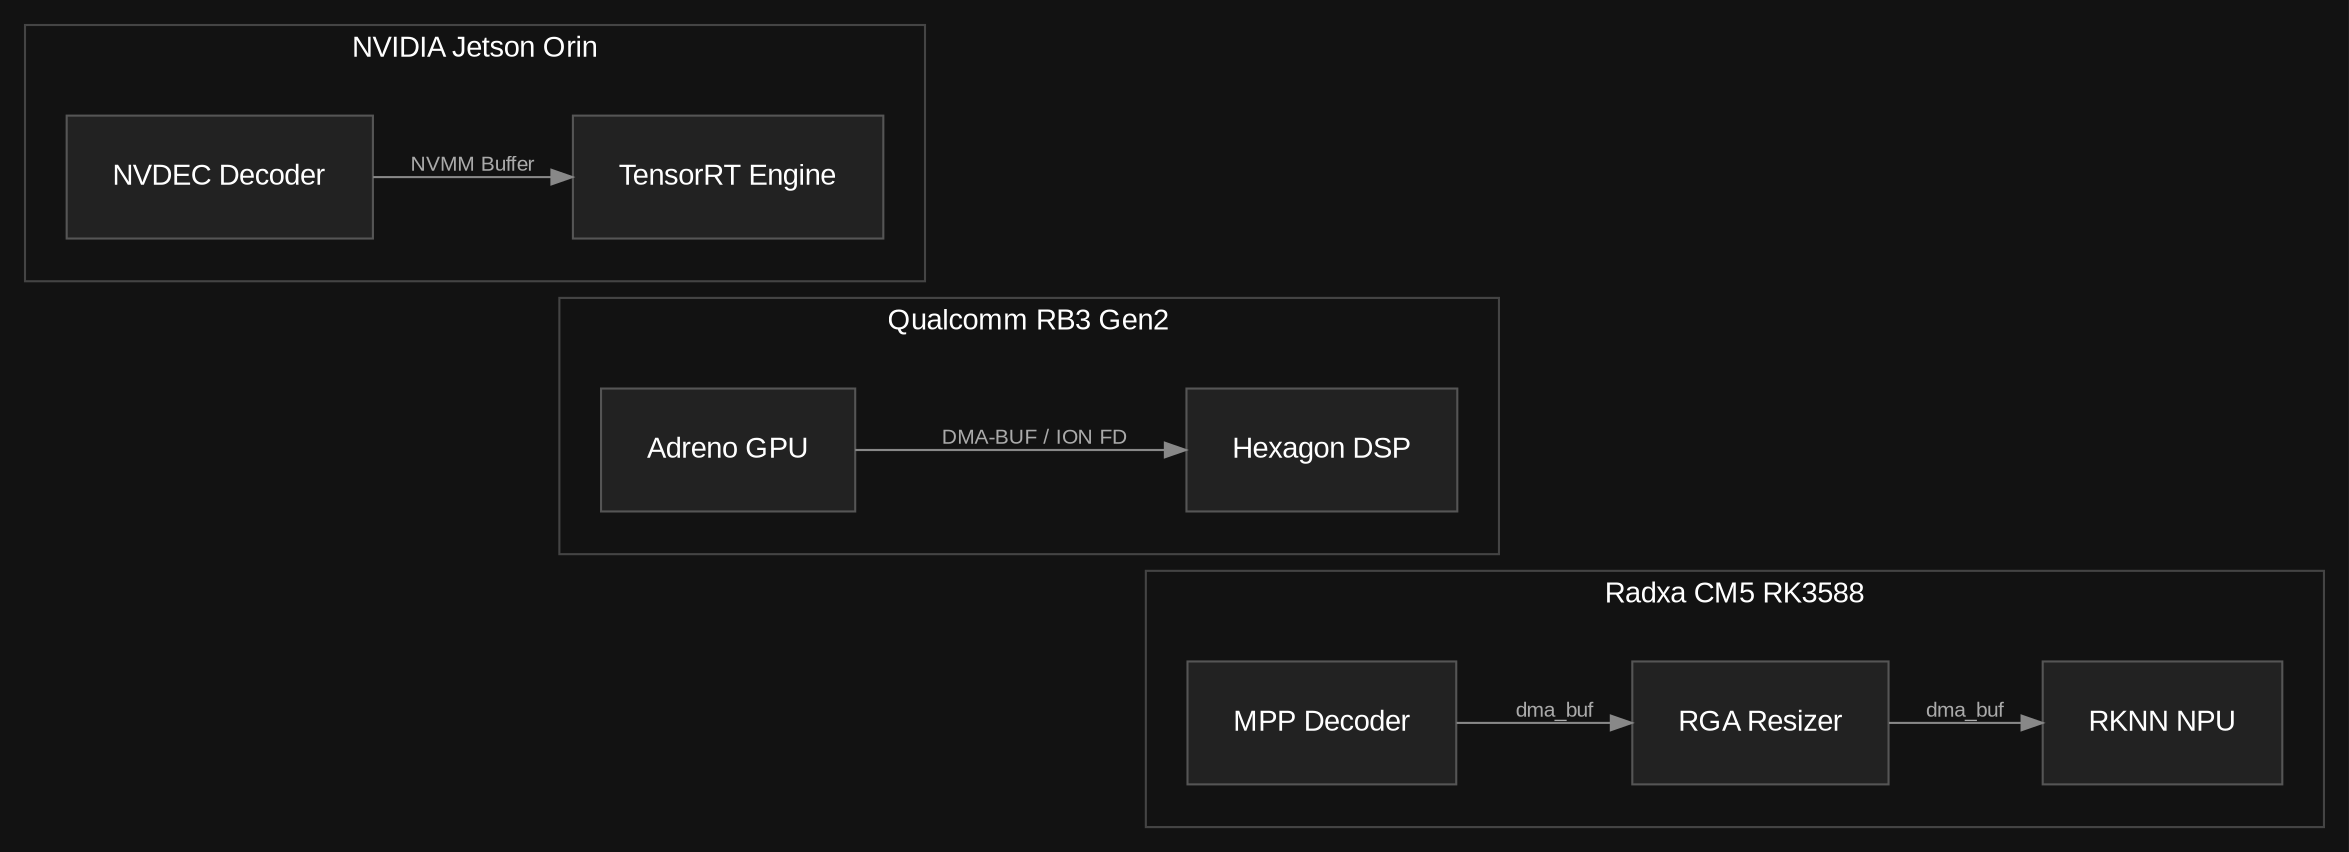
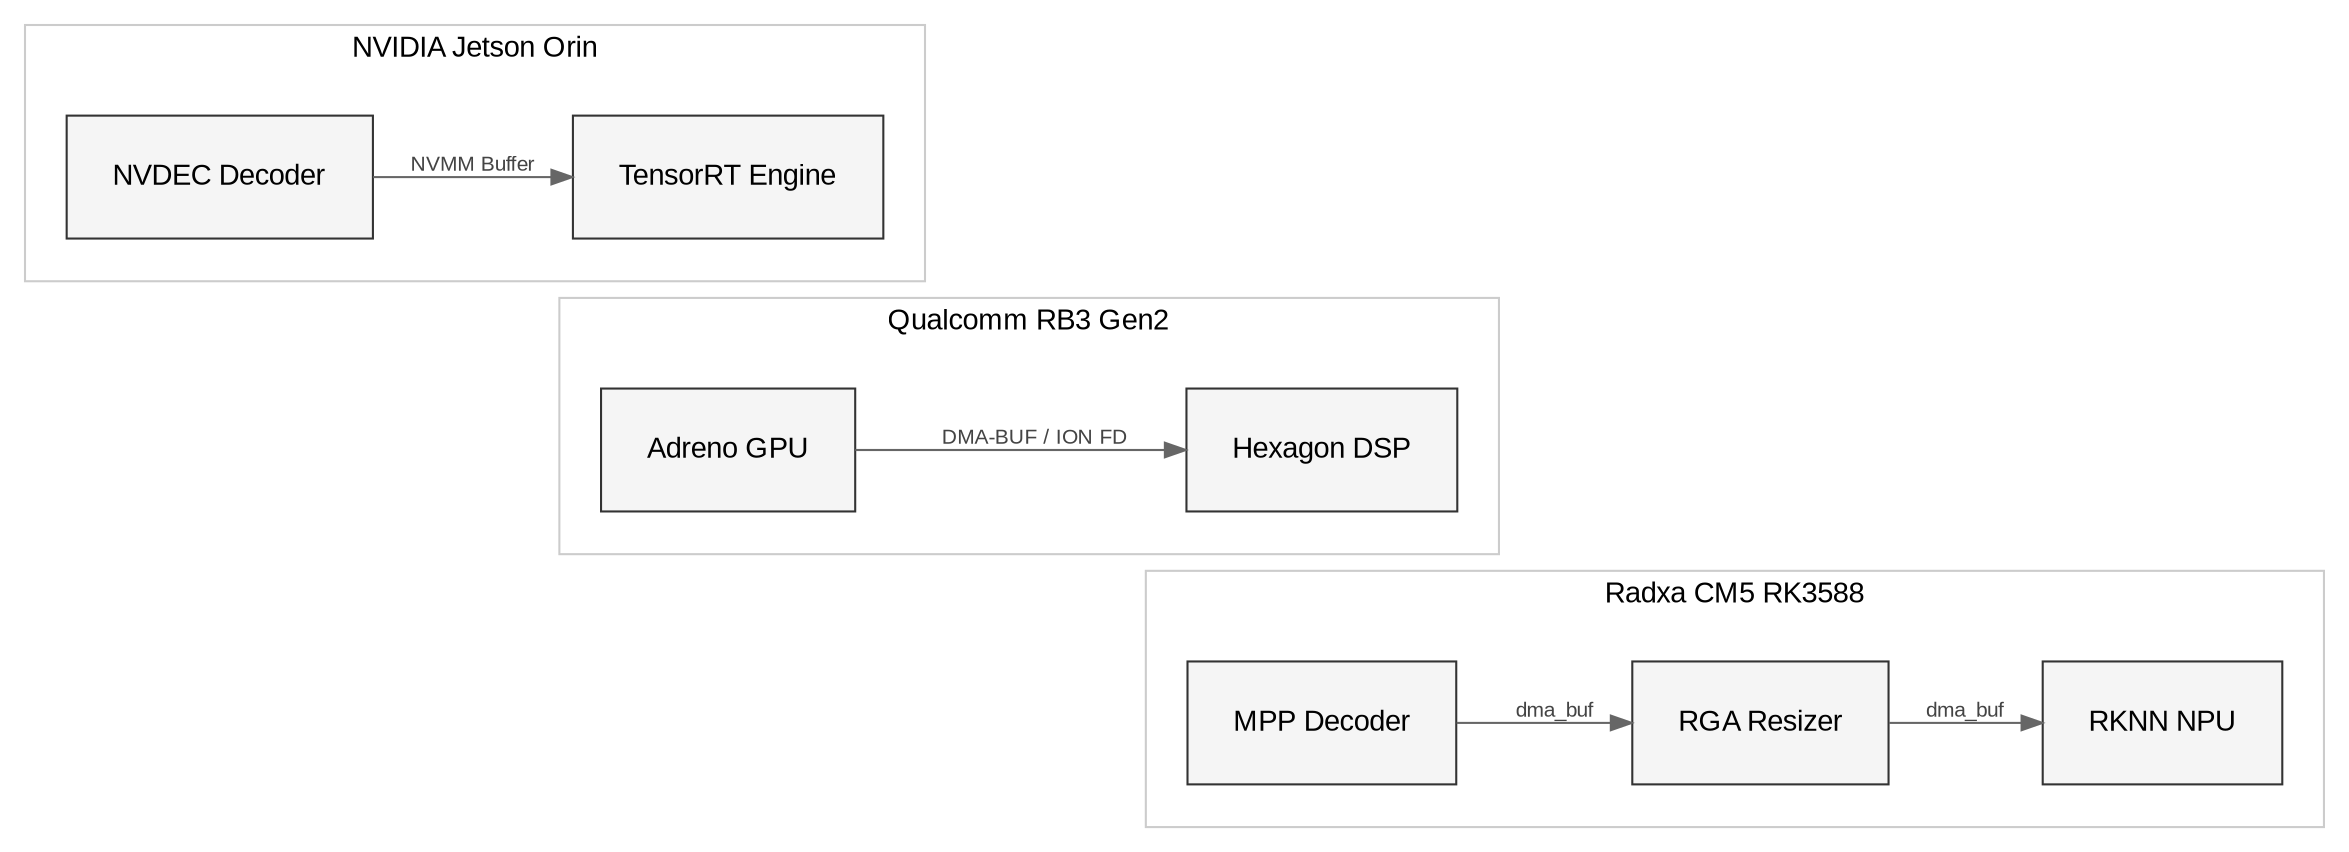
digraph ZeroCopy {
    rankdir=LR;
-     node [shape=box, style=filled, color="#555555", fillcolor="#222222", fontcolor="#ffffff", fontname="Arial", margin=0.3];
-     edge [color="#888888", fontcolor="#aaaaaa", fontname="Arial", fontsize=10];
-     bgcolor="#121212";
+     node [shape=box, style=filled, color="#333333", fillcolor="#f5f5f5", fontcolor="#000000", fontname="Arial", margin=0.3];
+     edge [color="#666666", fontcolor="#444444", fontname="Arial", fontsize=10];
+     bgcolor="white";

    subgraph cluster_nvidia {
        label="NVIDIA Jetson Orin";
-         fontcolor="#ffffff";
+         fontcolor="#000000";
        fontname="Arial";
        fontsize=14;
-         color="#444444";
+         color="#cccccc";
        margin=20;
        NV [label="NVDEC Decoder"];
        TRT [label="TensorRT Engine"];
        NV -> TRT [label="NVMM Buffer"];
    }

    subgraph cluster_qualcomm {
        label="Qualcomm RB3 Gen2";
-         fontcolor="#ffffff";
+         fontcolor="#000000";
        fontname="Arial";
        fontsize=14;
-         color="#444444";
+         color="#cccccc";
        margin=20;
        ADRENO [label="Adreno GPU"];
        HEX [label="Hexagon DSP"];
        ADRENO -> HEX [label="DMA-BUF / ION FD"];
    }

    subgraph cluster_radxa {
        label="Radxa CM5 RK3588";
-         fontcolor="#ffffff";
+         fontcolor="#000000";
        fontname="Arial";
        fontsize=14;
-         color="#444444";
+         color="#cccccc";
        margin=20;
        MPP [label="MPP Decoder"];
        RGA [label="RGA Resizer"];
        RKNN [label="RKNN NPU"];
        MPP -> RGA [label="dma_buf"];
        RGA -> RKNN [label="dma_buf"];
    }

    # Force vertical stacking
    NV -> ADRENO [style=invis];
    ADRENO -> MPP [style=invis];
}
